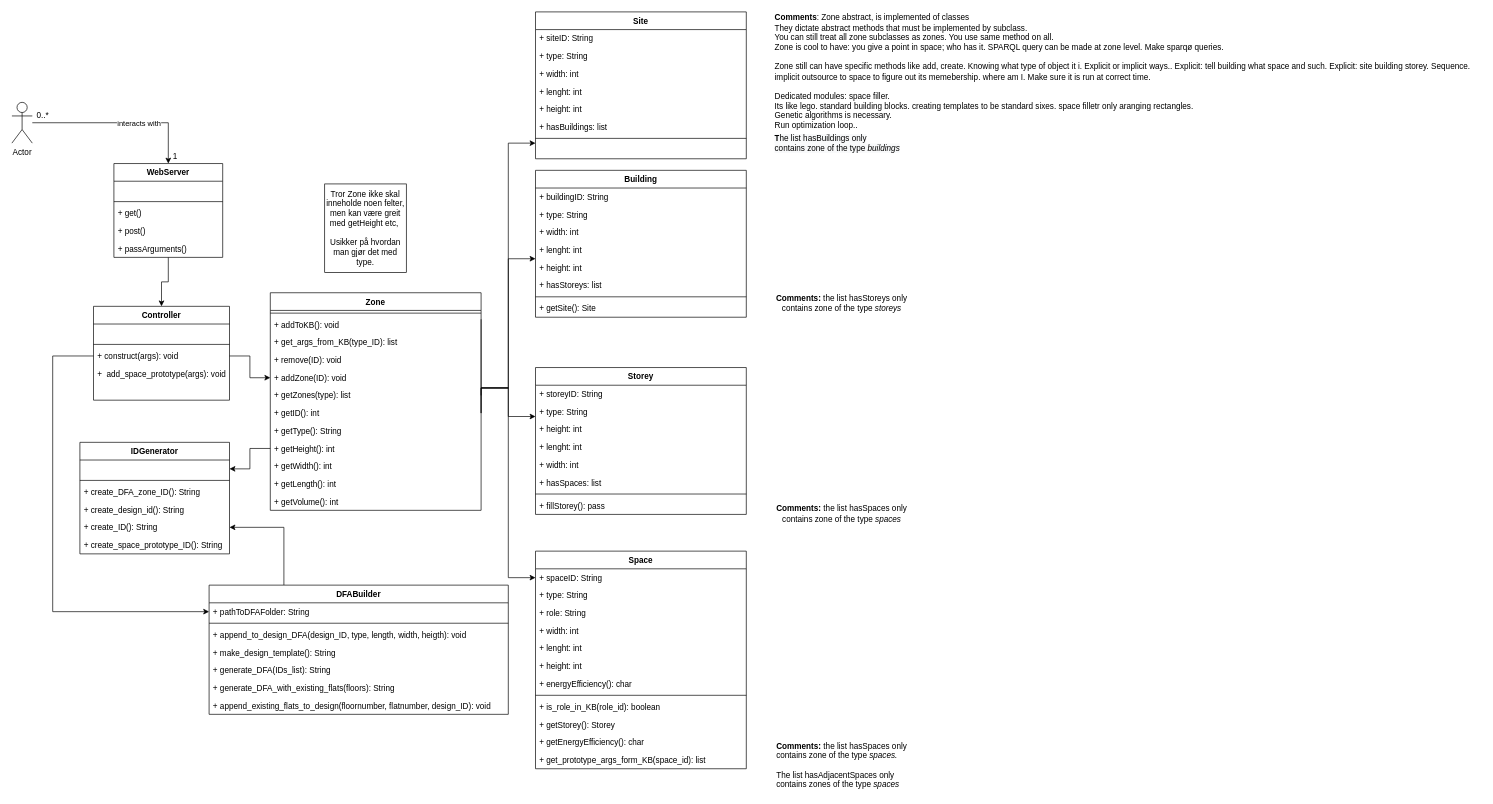
Above: page "Design Class Diagram" (6 of 9) of Diagrams/Diagrams.drawio in Hallvaeb/automation-p2-construction-knowledge-base (draw.io), before the change. Source tidied: cells renumbered, new cells numbered last; positions are measured from the earlier drawing's top-left corner, leaving out a move shared by most shapes. Both pictures are drawn from the tidied source at 68%, with x=0, y=0 at pixel (12, 12).
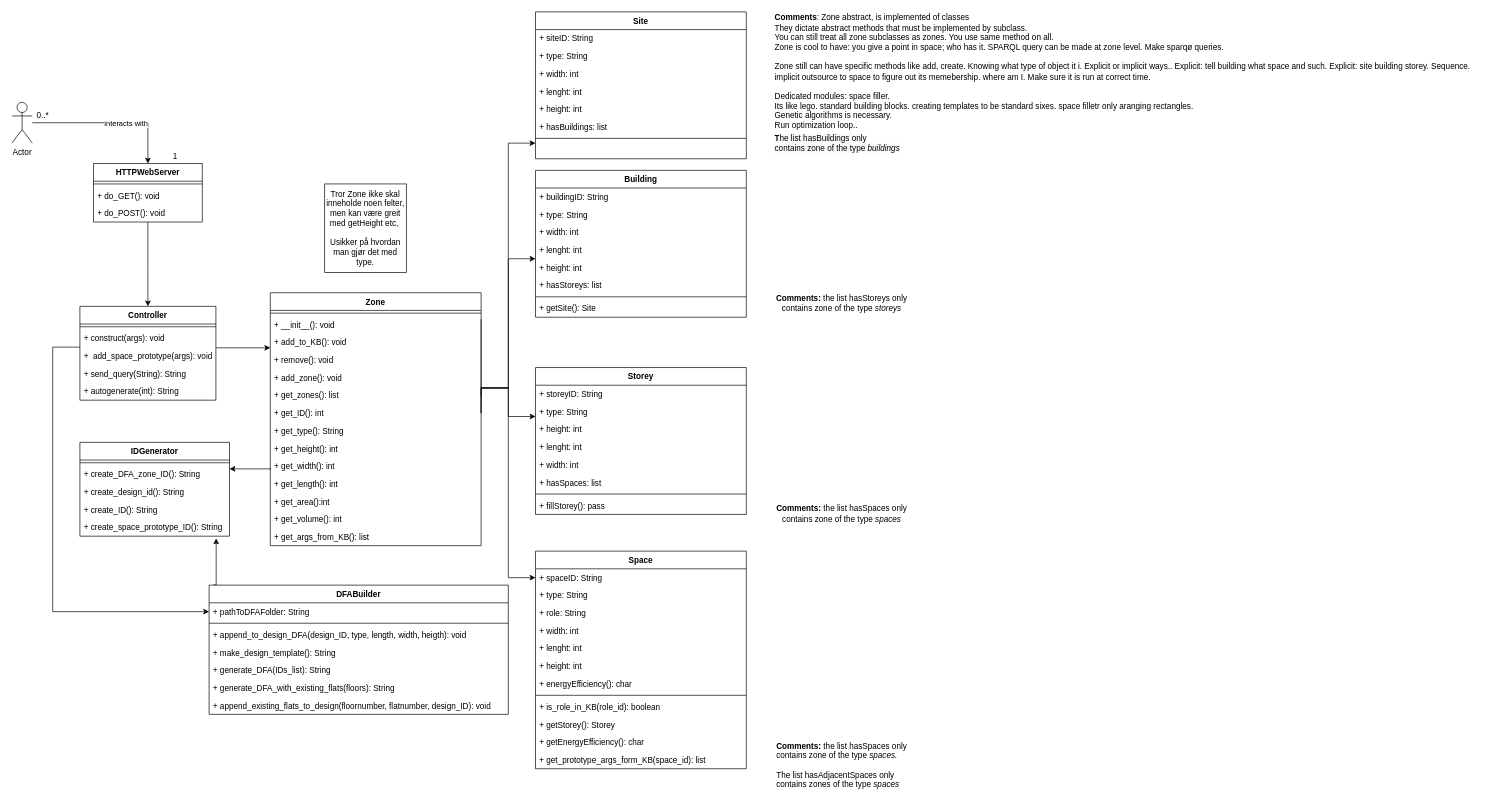
After the change.

Unchanged cells that the change refers to:
```xml
<mxCell id="5" value="Actor" style="shape=umlActor;verticalLabelPosition=bottom;verticalAlign=top;html=1;" parent="1" vertex="1">
  <mxGeometry y="133" width="30" height="60" as="geometry" />
</mxCell>
<mxCell id="30" value="DFABuilder" style="swimlane;fontStyle=1;align=center;verticalAlign=top;horizontal=1;startSize=26;strokeColor=default;fillColor=default;" parent="1" vertex="1">
  <mxGeometry x="290" y="843" width="440" height="190" as="geometry" />
</mxCell>
<mxCell id="31" value="+ pathToDFAFolder: String" style="text;strokeColor=none;fillColor=none;align=left;verticalAlign=top;spacingLeft=4;spacingRight=4;overflow=hidden;points=[[0,0.5],[1,0.5]];portConstraint=eastwest;" parent="30" vertex="1">
  <mxGeometry y="26" width="440" height="26" as="geometry" />
</mxCell>
```

The edit, as a diff of the source:
```diff
@@
     <mxCell id="2" style="edgeStyle=orthogonalEdgeStyle;rounded=0;jettySize=auto;html=1;" parent="1" edge="1" source="23" target="17">
-      <mxGeometry relative="1" as="geometry" />
+      <mxGeometry relative="1" as="geometry">
+        <Array as="points">
+          <mxPoint x="200" y="373" />
+          <mxPoint x="200" y="373" />
+        </Array>
+      </mxGeometry>
     </mxCell>
     <mxCell id="3" style="edgeStyle=orthogonalEdgeStyle;rounded=0;jettySize=auto;html=1;" parent="1" edge="1" source="5" target="23">
-      <mxGeometry relative="1" as="geometry" />
+      <mxGeometry relative="1" as="geometry">
+        <Array as="points">
+          <mxPoint x="200" y="163" />
+        </Array>
+      </mxGeometry>
     </mxCell>
@@
     <mxCell id="17" value="Controller" style="swimlane;fontStyle=1;align=center;verticalAlign=top;horizontal=1;startSize=26;strokeColor=default;fillColor=default;" parent="1" vertex="1">
-      <mxGeometry x="120" y="433" width="200" height="138" as="geometry" />
+      <mxGeometry x="100" y="433" width="200" height="138" as="geometry" />
     </mxCell>
-    <mxCell id="18" style="text;strokeColor=none;fillColor=none;align=left;verticalAlign=top;spacingLeft=4;spacingRight=4;overflow=hidden;" parent="17" vertex="1">
-      <mxGeometry y="26" width="200" height="26" as="geometry" />
-    </mxCell>
     <mxCell id="19" style="line;strokeWidth=1;fillColor=none;align=left;verticalAlign=middle;spacingTop=-1;spacingLeft=3;spacingRight=3;labelPosition=right;" parent="17" vertex="1">
-      <mxGeometry y="52" width="200" height="8" as="geometry" />
+      <mxGeometry y="26" width="200" height="8" as="geometry" />
     </mxCell>
     <mxCell id="20" value="+ construct(args): void" style="text;strokeColor=none;fillColor=none;align=left;verticalAlign=top;spacingLeft=4;spacingRight=4;overflow=hidden;points=[[0,0.5],[1,0.5]];portConstraint=eastwest;" parent="17" vertex="1">
-      <mxGeometry y="60" width="200" height="26" as="geometry" />
+      <mxGeometry y="34" width="200" height="26" as="geometry" />
     </mxCell>
     <mxCell id="21" value="+  add_space_prototype(args): void" style="text;strokeColor=none;fillColor=none;align=left;verticalAlign=top;spacingLeft=4;spacingRight=4;overflow=hidden;" parent="17" vertex="1">
-      <mxGeometry y="86" width="200" height="26" as="geometry" />
+      <mxGeometry y="60" width="200" height="26" as="geometry" />
     </mxCell>
-    <mxCell id="22" style="text;strokeColor=none;fillColor=none;align=left;verticalAlign=top;spacingLeft=4;spacingRight=4;overflow=hidden;" parent="17" vertex="1">
-      <mxGeometry y="112" width="200" height="26" as="geometry" />
+    <mxCell id="22" value="+ send_query(String): String" style="text;strokeColor=none;fillColor=none;align=left;verticalAlign=top;spacingLeft=4;spacingRight=4;overflow=hidden;" parent="17" vertex="1">
+      <mxGeometry y="86" width="200" height="26" as="geometry" />
     </mxCell>
+    <mxCell id="105" value="+ autogenerate(int): String" style="text;strokeColor=none;fillColor=none;align=left;verticalAlign=top;spacingLeft=4;spacingRight=4;overflow=hidden;" parent="17" vertex="1">
+      <mxGeometry y="112" width="200" height="26" as="geometry" />
+    </mxCell>
-    <mxCell id="23" value="WebServer" style="swimlane;fontStyle=1;align=center;verticalAlign=top;horizontal=1;startSize=26;strokeColor=default;fillColor=default;" parent="1" vertex="1">
-      <mxGeometry x="150" y="223" width="160" height="138" as="geometry" />
+    <mxCell id="23" value="HTTPWebServer" style="swimlane;fontStyle=1;align=center;verticalAlign=top;horizontal=1;startSize=26;strokeColor=default;fillColor=default;" parent="1" vertex="1">
+      <mxGeometry x="120" y="223" width="160" height="86" as="geometry" />
     </mxCell>
-    <mxCell id="24" style="text;strokeColor=none;fillColor=none;align=left;verticalAlign=top;spacingLeft=4;spacingRight=4;overflow=hidden;" parent="23" vertex="1">
-      <mxGeometry y="26" width="160" height="26" as="geometry" />
-    </mxCell>
     <mxCell id="25" style="line;strokeWidth=1;fillColor=none;align=left;verticalAlign=middle;spacingTop=-1;spacingLeft=3;spacingRight=3;labelPosition=right;" parent="23" vertex="1">
-      <mxGeometry y="52" width="160" height="8" as="geometry" />
+      <mxGeometry y="26" width="160" height="8" as="geometry" />
     </mxCell>
-    <mxCell id="26" value="+ get()" style="text;strokeColor=none;fillColor=none;align=left;verticalAlign=top;spacingLeft=4;spacingRight=4;overflow=hidden;" parent="23" vertex="1">
-      <mxGeometry y="60" width="160" height="26" as="geometry" />
+    <mxCell id="26" value="+ do_GET(): void" style="text;strokeColor=none;fillColor=none;align=left;verticalAlign=top;spacingLeft=4;spacingRight=4;overflow=hidden;" parent="23" vertex="1">
+      <mxGeometry y="34" width="160" height="26" as="geometry" />
     </mxCell>
-    <mxCell id="27" value="+ post()" style="text;strokeColor=none;fillColor=none;align=left;verticalAlign=top;spacingLeft=4;spacingRight=4;overflow=hidden;" parent="23" vertex="1">
-      <mxGeometry y="86" width="160" height="26" as="geometry" />
+    <mxCell id="27" value="+ do_POST(): void" style="text;strokeColor=none;fillColor=none;align=left;verticalAlign=top;spacingLeft=4;spacingRight=4;overflow=hidden;" parent="23" vertex="1">
+      <mxGeometry y="60" width="160" height="26" as="geometry" />
     </mxCell>
-    <mxCell id="28" value="+ passArguments()" style="text;strokeColor=none;fillColor=none;align=left;verticalAlign=top;spacingLeft=4;spacingRight=4;overflow=hidden;" parent="23" vertex="1">
-      <mxGeometry y="112" width="160" height="26" as="geometry" />
-    </mxCell>
-    <mxCell id="29" style="edgeStyle=orthogonalEdgeStyle;rounded=0;jettySize=auto;html=1;exitX=0.25;exitY=0;exitDx=0;exitDy=0;entryX=1;entryY=0.5;entryDx=0;entryDy=0;fontSize=12;" parent="1" edge="1" source="30" target="100">
-      <mxGeometry relative="1" as="geometry" />
+    <mxCell id="29" style="edgeStyle=orthogonalEdgeStyle;rounded=0;jettySize=auto;html=1;exitX=0.017;exitY=-0.008;exitDx=0;exitDy=0;entryX=0.911;entryY=1.126;entryDx=0;entryDy=0;fontSize=12;entryPerimeter=0;exitPerimeter=0;" parent="1" edge="1" source="30" target="101">
+      <mxGeometry relative="1" as="geometry">
+        <Array as="points">
+          <mxPoint x="298" y="843" />
+          <mxPoint x="300" y="843" />
+        </Array>
+      </mxGeometry>
     </mxCell>
@@
     <mxCell id="70" value="Zone" style="swimlane;fontStyle=1;align=center;verticalAlign=top;horizontal=1;startSize=26;strokeColor=default;fillColor=default;" parent="1" vertex="1">
-      <mxGeometry x="380" y="413" width="310" height="320" as="geometry" />
+      <mxGeometry x="380" y="413" width="310" height="372" as="geometry" />
     </mxCell>
@@
+    <mxCell id="106" value="+ __init__(): void" style="text;strokeColor=none;fillColor=none;align=left;verticalAlign=top;spacingLeft=4;spacingRight=4;overflow=hidden;" parent="70" vertex="1">
+      <mxGeometry y="34" width="310" height="26" as="geometry" />
+    </mxCell>
-    <mxCell id="72" value="+ addToKB(): void" style="text;strokeColor=none;fillColor=none;align=left;verticalAlign=top;spacingLeft=4;spacingRight=4;overflow=hidden;" parent="70" vertex="1">
-      <mxGeometry y="34" width="310" height="26" as="geometry" />
+    <mxCell id="72" value="+ add_to_KB(): void" style="text;strokeColor=none;fillColor=none;align=left;verticalAlign=top;spacingLeft=4;spacingRight=4;overflow=hidden;" parent="70" vertex="1">
+      <mxGeometry y="60" width="310" height="26" as="geometry" />
     </mxCell>
-    <mxCell id="73" value="+ get_args_from_KB(type_ID): list" style="text;strokeColor=none;fillColor=none;align=left;verticalAlign=top;spacingLeft=4;spacingRight=4;overflow=hidden;" parent="70" vertex="1">
-      <mxGeometry y="60" width="310" height="26" as="geometry" />
-    </mxCell>
-    <mxCell id="74" value="+ remove(ID): void" style="text;strokeColor=none;fillColor=none;align=left;verticalAlign=top;spacingLeft=4;spacingRight=4;overflow=hidden;" parent="70" vertex="1">
+    <mxCell id="74" value="+ remove(): void" style="text;strokeColor=none;fillColor=none;align=left;verticalAlign=top;spacingLeft=4;spacingRight=4;overflow=hidden;" parent="70" vertex="1">
       <mxGeometry y="86" width="310" height="26" as="geometry" />
     </mxCell>
-    <mxCell id="75" value="+ addZone(ID): void " style="text;strokeColor=none;fillColor=none;align=left;verticalAlign=top;spacingLeft=4;spacingRight=4;overflow=hidden;points=[[0,0.5],[1,0.5]];portConstraint=eastwest;" parent="70" vertex="1">
+    <mxCell id="75" value="+ add_zone(): void " style="text;strokeColor=none;fillColor=none;align=left;verticalAlign=top;spacingLeft=4;spacingRight=4;overflow=hidden;points=[[0,0.5],[1,0.5]];portConstraint=eastwest;" parent="70" vertex="1">
       <mxGeometry y="112" width="310" height="26" as="geometry" />
     </mxCell>
-    <mxCell id="76" value="+ getZones(type): list" style="text;strokeColor=none;fillColor=none;align=left;verticalAlign=top;spacingLeft=4;spacingRight=4;overflow=hidden;points=[[0,0.5],[1,0.5]];portConstraint=eastwest;" parent="70" vertex="1">
+    <mxCell id="76" value="+ get_zones(): list" style="text;strokeColor=none;fillColor=none;align=left;verticalAlign=top;spacingLeft=4;spacingRight=4;overflow=hidden;points=[[0,0.5],[1,0.5]];portConstraint=eastwest;" parent="70" vertex="1">
       <mxGeometry y="138" width="310" height="26" as="geometry" />
     </mxCell>
-    <mxCell id="77" value="+ getID(): int" style="text;strokeColor=none;fillColor=none;align=left;verticalAlign=top;spacingLeft=4;spacingRight=4;overflow=hidden;points=[[0,0.5],[1,0.5]];portConstraint=eastwest;" parent="70" vertex="1">
+    <mxCell id="77" value="+ get_ID(): int" style="text;strokeColor=none;fillColor=none;align=left;verticalAlign=top;spacingLeft=4;spacingRight=4;overflow=hidden;points=[[0,0.5],[1,0.5]];portConstraint=eastwest;" parent="70" vertex="1">
       <mxGeometry y="164" width="310" height="26" as="geometry" />
     </mxCell>
-    <mxCell id="78" value="+ getType(): String" style="text;strokeColor=none;fillColor=none;align=left;verticalAlign=top;spacingLeft=4;spacingRight=4;overflow=hidden;" parent="70" vertex="1">
+    <mxCell id="78" value="+ get_type(): String" style="text;strokeColor=none;fillColor=none;align=left;verticalAlign=top;spacingLeft=4;spacingRight=4;overflow=hidden;" parent="70" vertex="1">
       <mxGeometry y="190" width="310" height="26" as="geometry" />
     </mxCell>
-    <mxCell id="79" value="+ getHeight(): int" style="text;strokeColor=none;fillColor=none;align=left;verticalAlign=top;spacingLeft=4;spacingRight=4;overflow=hidden;points=[[0,0.5],[1,0.5]];portConstraint=eastwest;" parent="70" vertex="1">
+    <mxCell id="79" value="+ get_height(): int" style="text;strokeColor=none;fillColor=none;align=left;verticalAlign=top;spacingLeft=4;spacingRight=4;overflow=hidden;points=[[0,0.5],[1,0.5]];portConstraint=eastwest;" parent="70" vertex="1">
       <mxGeometry y="216" width="310" height="26" as="geometry" />
     </mxCell>
-    <mxCell id="80" value="+ getWidth(): int" style="text;strokeColor=none;fillColor=none;align=left;verticalAlign=top;spacingLeft=4;spacingRight=4;overflow=hidden;" parent="70" vertex="1">
+    <mxCell id="80" value="+ get_width(): int" style="text;strokeColor=none;fillColor=none;align=left;verticalAlign=top;spacingLeft=4;spacingRight=4;overflow=hidden;" parent="70" vertex="1">
       <mxGeometry y="242" width="310" height="26" as="geometry" />
     </mxCell>
-    <mxCell id="81" value="+ getLength(): int" style="text;strokeColor=none;fillColor=none;align=left;verticalAlign=top;spacingLeft=4;spacingRight=4;overflow=hidden;" parent="70" vertex="1">
+    <mxCell id="81" value="+ get_length(): int" style="text;strokeColor=none;fillColor=none;align=left;verticalAlign=top;spacingLeft=4;spacingRight=4;overflow=hidden;" parent="70" vertex="1">
       <mxGeometry y="268" width="310" height="26" as="geometry" />
     </mxCell>
+    <mxCell id="107" value="+ get_area():int" style="text;strokeColor=none;fillColor=none;align=left;verticalAlign=top;spacingLeft=4;spacingRight=4;overflow=hidden;" parent="70" vertex="1">
+      <mxGeometry y="294" width="310" height="26" as="geometry" />
+    </mxCell>
-    <mxCell id="82" value="+ getVolume(): int" style="text;strokeColor=none;fillColor=none;align=left;verticalAlign=top;spacingLeft=4;spacingRight=4;overflow=hidden;" parent="70" vertex="1">
-      <mxGeometry y="294" width="310" height="26" as="geometry" />
+    <mxCell id="82" value="+ get_volume(): int" style="text;strokeColor=none;fillColor=none;align=left;verticalAlign=top;spacingLeft=4;spacingRight=4;overflow=hidden;" parent="70" vertex="1">
+      <mxGeometry y="320" width="310" height="26" as="geometry" />
     </mxCell>
+    <mxCell id="108" value="+ get_args_from_KB(): list" style="text;strokeColor=none;fillColor=none;align=left;verticalAlign=top;spacingLeft=4;spacingRight=4;overflow=hidden;" parent="70" vertex="1">
+      <mxGeometry y="346" width="310" height="26" as="geometry" />
+    </mxCell>
@@
     <mxCell id="95" value="IDGenerator" style="swimlane;fontStyle=1;align=center;verticalAlign=top;horizontal=1;startSize=26;strokeColor=default;fillColor=default;" parent="1" vertex="1">
-      <mxGeometry x="100" y="633" width="220" height="164" as="geometry" />
+      <mxGeometry x="100" y="633" width="220" height="138" as="geometry" />
     </mxCell>
-    <mxCell id="96" style="text;strokeColor=none;fillColor=none;align=left;verticalAlign=top;spacingLeft=4;spacingRight=4;overflow=hidden;points=[[0,0.5],[1,0.5]];portConstraint=eastwest;" parent="95" vertex="1">
-      <mxGeometry y="26" width="220" height="26" as="geometry" />
-    </mxCell>
     <mxCell id="97" style="line;strokeWidth=1;fillColor=none;align=left;verticalAlign=middle;spacingTop=-1;spacingLeft=3;spacingRight=3;labelPosition=right;" parent="95" vertex="1">
-      <mxGeometry y="52" width="220" height="8" as="geometry" />
+      <mxGeometry y="26" width="220" height="8" as="geometry" />
     </mxCell>
     <mxCell id="98" value="+ create_DFA_zone_ID(): String " style="text;strokeColor=none;fillColor=none;align=left;verticalAlign=top;spacingLeft=4;spacingRight=4;overflow=hidden;" parent="95" vertex="1">
-      <mxGeometry y="60" width="220" height="26" as="geometry" />
+      <mxGeometry y="34" width="220" height="26" as="geometry" />
     </mxCell>
     <mxCell id="99" value="+ create_design_id(): String " style="text;strokeColor=none;fillColor=none;align=left;verticalAlign=top;spacingLeft=4;spacingRight=4;overflow=hidden;" parent="95" vertex="1">
-      <mxGeometry y="86" width="220" height="26" as="geometry" />
+      <mxGeometry y="60" width="220" height="26" as="geometry" />
     </mxCell>
     <mxCell id="100" value="+ create_ID(): String" style="text;strokeColor=none;fillColor=none;align=left;verticalAlign=top;spacingLeft=4;spacingRight=4;overflow=hidden;points=[[0,0.5],[1,0.5]];portConstraint=eastwest;" parent="95" vertex="1">
-      <mxGeometry y="112" width="220" height="26" as="geometry" />
+      <mxGeometry y="86" width="220" height="26" as="geometry" />
     </mxCell>
     <mxCell id="101" value="+ create_space_prototype_ID(): String" style="text;strokeColor=none;fillColor=none;align=left;verticalAlign=top;spacingLeft=4;spacingRight=4;overflow=hidden;points=[[0,0.5],[1,0.5]];portConstraint=eastwest;" parent="95" vertex="1">
-      <mxGeometry y="138" width="220" height="26" as="geometry" />
+      <mxGeometry y="112" width="220" height="26" as="geometry" />
     </mxCell>
-    <mxCell id="102" style="edgeStyle=orthogonalEdgeStyle;rounded=0;jettySize=auto;html=1;exitX=0;exitY=0.5;exitDx=0;exitDy=0;entryX=0;entryY=0.5;entryDx=0;entryDy=0;fontSize=12;" parent="1" edge="1" source="20" target="31">
+    <mxCell id="102" style="edgeStyle=orthogonalEdgeStyle;rounded=0;jettySize=auto;html=1;entryX=0;entryY=0.5;entryDx=0;entryDy=0;fontSize=12;" parent="1" edge="1" target="31">
       <mxGeometry relative="1" as="geometry">
+        <mxPoint x="100" y="493" as="sourcePoint" />
         <Array as="points">
-          <mxPoint x="60" y="506" />
+          <mxPoint x="100" y="493" />
+          <mxPoint x="60" y="493" />
           <mxPoint x="60" y="882" />
         </Array>
       </mxGeometry>
     </mxCell>
-    <mxCell id="103" style="edgeStyle=orthogonalEdgeStyle;rounded=0;jettySize=auto;html=1;exitX=0;exitY=0.5;exitDx=0;exitDy=0;entryX=1;entryY=0.5;entryDx=0;entryDy=0;fontSize=12;" parent="1" edge="1" source="79" target="96">
-      <mxGeometry relative="1" as="geometry" />
+    <mxCell id="103" style="edgeStyle=orthogonalEdgeStyle;rounded=0;orthogonalLoop=1;jettySize=auto;html=1;entryX=1;entryY=0.5;entryDx=0;entryDy=0;fontSize=12;" parent="1" edge="1">
+      <mxGeometry relative="1" as="geometry">
+        <mxPoint x="380" y="673" as="sourcePoint" />
+        <mxPoint x="320" y="672" as="targetPoint" />
+        <Array as="points">
+          <mxPoint x="380" y="672" />
+        </Array>
+      </mxGeometry>
     </mxCell>
-    <mxCell id="104" style="edgeStyle=orthogonalEdgeStyle;rounded=0;jettySize=auto;html=1;exitX=1;exitY=0.5;exitDx=0;exitDy=0;entryX=0;entryY=0.5;entryDx=0;entryDy=0;fontSize=12;" parent="1" edge="1" source="20" target="75">
-      <mxGeometry relative="1" as="geometry" />
+    <mxCell id="104" style="edgeStyle=orthogonalEdgeStyle;rounded=0;orthogonalLoop=1;jettySize=auto;html=1;entryX=0;entryY=0.5;entryDx=0;entryDy=0;fontSize=12;" parent="1" edge="1">
+      <mxGeometry relative="1" as="geometry">
+        <mxPoint x="300" y="494" as="sourcePoint" />
+        <mxPoint x="380" y="494" as="targetPoint" />
+        <Array as="points">
+          <mxPoint x="300" y="494" />
+        </Array>
+      </mxGeometry>
     </mxCell>
```
